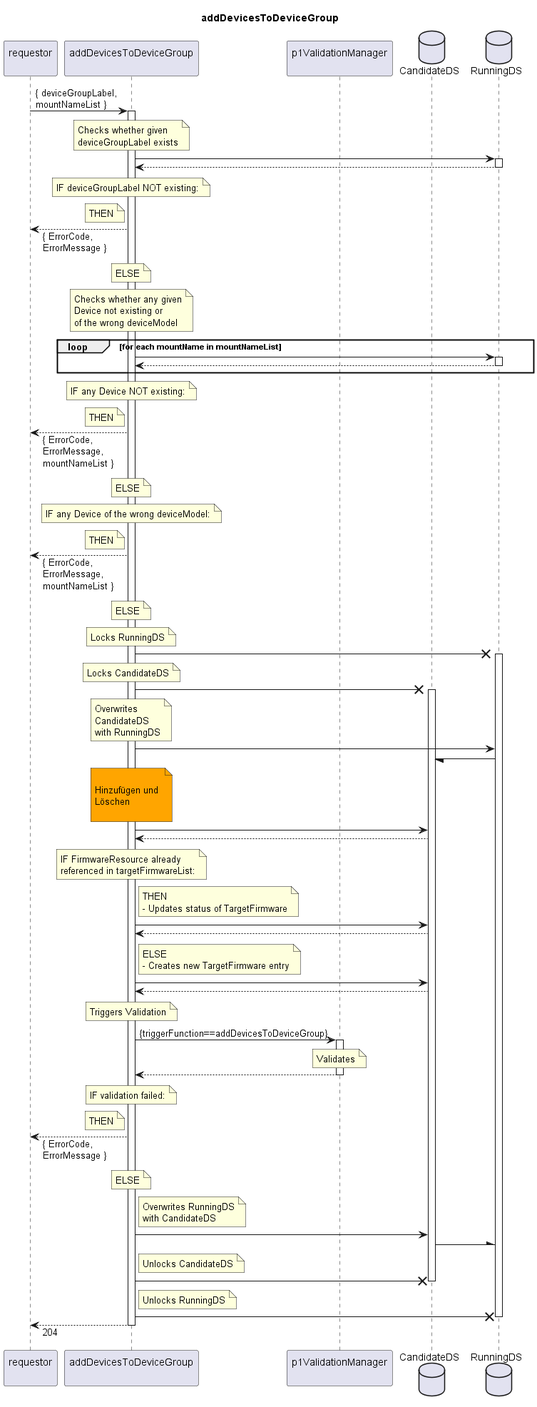
Before: spec/Services/addDevicesToDeviceGroup/1.0.0/addDevicesToDeviceGroup.png, a diagram exported from PlantUML (openBackhaul/FirmWareManager). Source of this version:
```plantuml
@startuml addDevicesToDeviceGroup
skinparam responseMessageBelowArrow true

title
  addDevicesToDeviceGroup
end title

participant "requestor\n" as requestor
participant "addDevicesToDeviceGroup\n" as addDevice
participant "p1ValidationManager\n" as valiMan
database "CandidateDS" as CanDS
database "RunningDS" as RunDS

requestor -> addDevice: { deviceGroupLabel,\nmountNameList }
activate addDevice

  note over addDevice
    Checks whether given
    deviceGroupLabel exists
  end note
  addDevice -> RunDS
  activate RunDS
  addDevice <-- RunDS
  deactivate RunDS
  note over addDevice
    IF deviceGroupLabel NOT existing:
  end note
  note left addDevice
    THEN
  end note
  requestor <-- addDevice: { ErrorCode,\nErrorMessage }
  note over addDevice
    ELSE
  end note

  note over addDevice
    Checks whether any given
    Device not existing or
    of the wrong deviceModel
  end note
  loop for each mountName in mountNameList
    addDevice -> RunDS
    activate RunDS
    addDevice <-- RunDS
    deactivate RunDS
  end loop
  note over addDevice
    IF any Device NOT existing:
  end note
  note left addDevice
    THEN
  end note
  requestor <-- addDevice: { ErrorCode,\nErrorMessage,\nmountNameList }
  note over addDevice
    ELSE
  end note
  note over addDevice
    IF any Device of the wrong deviceModel:
  end note
  note left addDevice
    THEN
  end note
  requestor <-- addDevice: { ErrorCode,\nErrorMessage,\nmountNameList }
  note over addDevice
    ELSE
  end note

  note over addDevice
    Locks RunningDS
  end note
  addDevice -X RunDS
  activate RunDS
  note over addDevice
    Locks CandidateDS
  end note
  addDevice -X CanDS
  activate CanDS
  note over addDevice
    Overwrites
    CandidateDS
    with RunningDS
  end note
  addDevice -> RunDS
  RunDS -/ CanDS

  note over addDevice #Orange

    Hinzufügen und
    Löschen

  end note






  addDevice -> CanDS
  addDevice <-- CanDS
  note over addDevice
    IF FirmwareResource already
    referenced in targetFirmwareList:
  end note
  note right addDevice
    THEN
    - Updates status of TargetFirmware
  end note
  addDevice -> CanDS
  addDevice <-- CanDS
  note right addDevice
    ELSE
    - Creates new TargetFirmware entry
  end note
  addDevice -> CanDS
  addDevice <-- CanDS

  note over addDevice
    Triggers Validation
  end note
  addDevice -> valiMan: {triggerFunction==addDevicesToDeviceGroup}
  activate valiMan
    note over valiMan
      Validates
    end note
  addDevice <-- valiMan
  deactivate valiMan
  note over addDevice
    IF validation failed:
  end note
  note left addDevice
    THEN
  end note
  requestor <-- addDevice: { ErrorCode,\nErrorMessage }
  note over addDevice
    ELSE
  end note

  note right addDevice
    Overwrites RunningDS
    with CandidateDS
  end note
  addDevice -> CanDS
  CanDS -\ RunDS
  note right addDevice
    Unlocks CandidateDS
  end note
  addDevice -X CanDS
  deactivate CanDS
  note right addDevice
    Unlocks RunningDS
  end note
  addDevice -X RunDS
  deactivate RunDS

  requestor <-- addDevice: 204

deactivate addDevice

@enduml
```
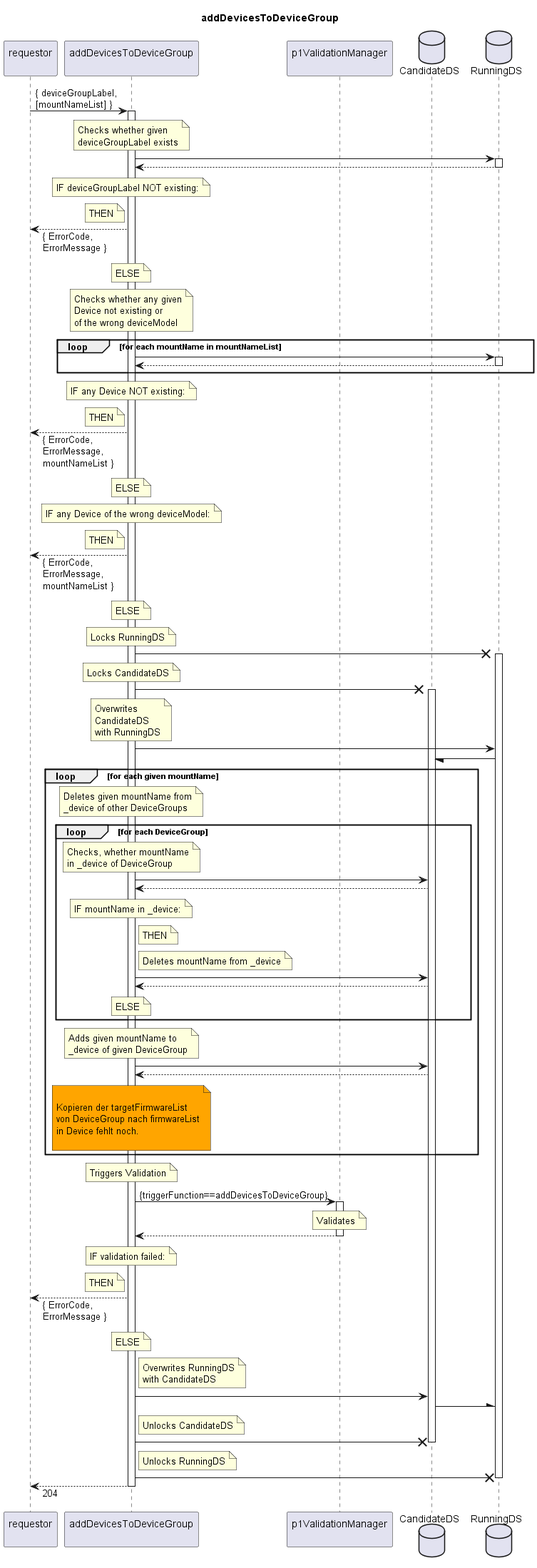
The same file after the commit.

What changed in the source:
```diff
@@ -11,7 +11,7 @@
 database "CandidateDS" as CanDS
 database "RunningDS" as RunDS
 
-requestor -> addDevice: { deviceGroupLabel,\nmountNameList }
+requestor -> addDevice: { deviceGroupLabel,\n[mountNameList] }
 activate addDevice
 
   note over addDevice
@@ -83,36 +83,50 @@
   addDevice -> RunDS
   RunDS -/ CanDS
 
-  note over addDevice #Orange
+  loop for each given mountName
+    note over addDevice
+      Deletes given mountName from
+      _device of other DeviceGroups
+    end note
+    loop for each DeviceGroup
+      note over addDevice
+        Checks, whether mountName
+        in _device of DeviceGroup
+      end note
+      addDevice -> CanDS
+      addDevice <-- CanDS
+      note over addDevice
+        IF mountName in _device:
+      end note
+      note right addDevice
+        THEN
+      end note
+      note right addDevice
+        Deletes mountName from _device
+      end note
+      addDevice -> CanDS
+      addDevice <-- CanDS
+      note over addDevice
+        ELSE
+      end note
+    end loop
 
-    Hinzufügen und
-    Löschen
+    note over addDevice
+      Adds given mountName to
+      _device of given DeviceGroup
+    end note
+    addDevice -> CanDS
+    addDevice <-- CanDS
 
-  end note
+    note over addDevice #Orange
 
+      Kopieren der targetFirmwareList
+      von DeviceGroup nach firmwareList
+      in Device fehlt noch.
 
+    end note
 
-
-
-
-  addDevice -> CanDS
-  addDevice <-- CanDS
-  note over addDevice
-    IF FirmwareResource already
-    referenced in targetFirmwareList:
-  end note
-  note right addDevice
-    THEN
-    - Updates status of TargetFirmware
-  end note
-  addDevice -> CanDS
-  addDevice <-- CanDS
-  note right addDevice
-    ELSE
-    - Creates new TargetFirmware entry
-  end note
-  addDevice -> CanDS
-  addDevice <-- CanDS
+  end loop
 
   note over addDevice
     Triggers Validation
```
